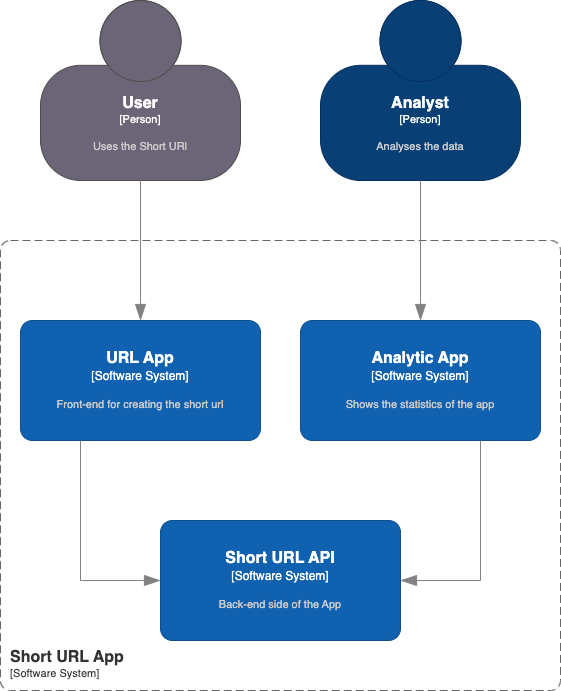
This is docs/images/context.png from Janitor93/short-url, a draw.io export, as it was before one commit. Source tidied: cells renumbered, new cells last; positions are measured from the earlier drawing's top-left corner, leaving out a move shared by most shapes.
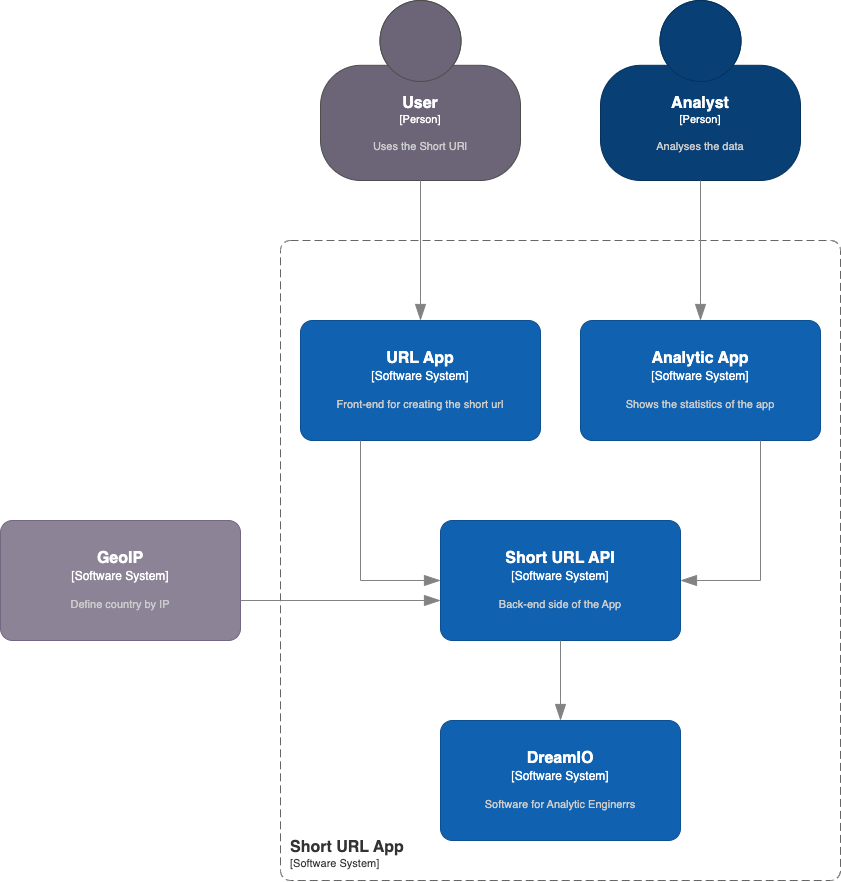
Above is the later version.

Diff of the diagram source:
```diff
@@ -14,7 +14,7 @@
     </object>
     <object id="4" label="&lt;font style=&quot;font-size: 16px&quot;&gt;&lt;b&gt;&lt;div style=&quot;text-align: left&quot;&gt;%c4Name%&lt;/div&gt;&lt;/b&gt;&lt;/font&gt;&lt;div style=&quot;text-align: left&quot;&gt;[%c4Application%]&lt;/div&gt;" c4Application="Software System" c4Name="Short URL App" c4Type="SystemScopeBoundary" placeholders="1">
       <mxCell style="rounded=1;fontSize=11;whiteSpace=wrap;html=1;dashed=1;arcSize=20;fillColor=none;strokeColor=#666666;fontColor=#333333;labelBackgroundColor=none;align=left;verticalAlign=bottom;labelBorderColor=none;spacingTop=0;spacing=10;dashPattern=8 4;perimeter=rectanglePerimeter;noLabel=0;labelPadding=0;absoluteArcSize=1;" parent="1" vertex="1">
-        <mxGeometry y="240" width="560" height="450" as="geometry" />
+        <mxGeometry y="240" width="560" height="640" as="geometry" />
       </mxCell>
     </object>
     <object id="5" label="&lt;font style=&quot;font-size: 16px&quot;&gt;&lt;b&gt;%c4Name%&lt;/b&gt;&lt;/font&gt;&lt;div&gt;[%c4Type%]&lt;/div&gt;&lt;br&gt;&lt;div&gt;&lt;font style=&quot;font-size: 11px&quot;&gt;&lt;font color=&quot;#cccccc&quot;&gt;%c4Description%&lt;/font&gt;&lt;/div&gt;" c4Description="Front-end for creating the short url" c4Name="URL App" c4Type="Software System" placeholders="1">
@@ -62,5 +62,31 @@
         </mxGeometry>
       </mxCell>
     </object>
+    <object id="12" label="&lt;font style=&quot;font-size: 16px&quot;&gt;&lt;b&gt;%c4Name%&lt;/b&gt;&lt;/font&gt;&lt;div&gt;[%c4Type%]&lt;/div&gt;&lt;br&gt;&lt;div&gt;&lt;font style=&quot;font-size: 11px&quot;&gt;&lt;font color=&quot;#cccccc&quot;&gt;%c4Description%&lt;/font&gt;&lt;/div&gt;" c4Description="Define country by IP" c4Name="GeoIP" c4Type="Software System" placeholders="1">
+      <mxCell style="rounded=1;whiteSpace=wrap;html=1;labelBackgroundColor=none;fillColor=#8C8496;fontColor=#ffffff;align=center;arcSize=10;strokeColor=#736782;" parent="1" vertex="1">
+        <mxGeometry x="-280" y="520" width="240" height="120" as="geometry" />
+      </mxCell>
+    </object>
+    <object id="13" label="" c4Type="Relationship" placeholders="1">
+      <mxCell style="endArrow=blockThin;html=1;fontSize=10;fontColor=#404040;strokeWidth=1;endFill=1;strokeColor=#828282;elbow=vertical;endSize=14;startSize=14;jumpStyle=arc;jumpSize=16;rounded=0;edgeStyle=orthogonalEdgeStyle;" parent="1" edge="1">
+        <mxGeometry relative="1" as="geometry">
+          <mxPoint x="-40" y="600" as="sourcePoint" />
+          <mxPoint x="160" y="600" as="targetPoint" />
+        </mxGeometry>
+      </mxCell>
+    </object>
+    <object id="14" label="&lt;font style=&quot;font-size: 16px&quot;&gt;&lt;b&gt;%c4Name%&lt;/b&gt;&lt;/font&gt;&lt;div&gt;[%c4Type%]&lt;/div&gt;&lt;br&gt;&lt;div&gt;&lt;font style=&quot;font-size: 11px&quot;&gt;&lt;font color=&quot;#cccccc&quot;&gt;%c4Description%&lt;/font&gt;&lt;/div&gt;" c4Description="Software for Analytic Enginerrs" c4Name="DreamIO" c4Type="Software System" placeholders="1">
+      <mxCell style="rounded=1;whiteSpace=wrap;html=1;labelBackgroundColor=none;fillColor=#1061B0;fontColor=#ffffff;align=center;arcSize=10;strokeColor=#0D5091;" parent="1" vertex="1">
+        <mxGeometry x="160" y="720" width="240" height="120" as="geometry" />
+      </mxCell>
+    </object>
+    <object id="15" label="" c4Type="Relationship" placeholders="1">
+      <mxCell style="endArrow=blockThin;html=1;fontSize=10;fontColor=#404040;strokeWidth=1;endFill=1;strokeColor=#828282;elbow=vertical;endSize=14;startSize=14;jumpStyle=arc;jumpSize=16;rounded=0;edgeStyle=orthogonalEdgeStyle;" parent="1" edge="1">
+        <mxGeometry relative="1" as="geometry">
+          <mxPoint x="280" y="640" as="sourcePoint" />
+          <mxPoint x="280" y="720" as="targetPoint" />
+        </mxGeometry>
+      </mxCell>
+    </object>
   </root>
 </mxGraphModel>
```
